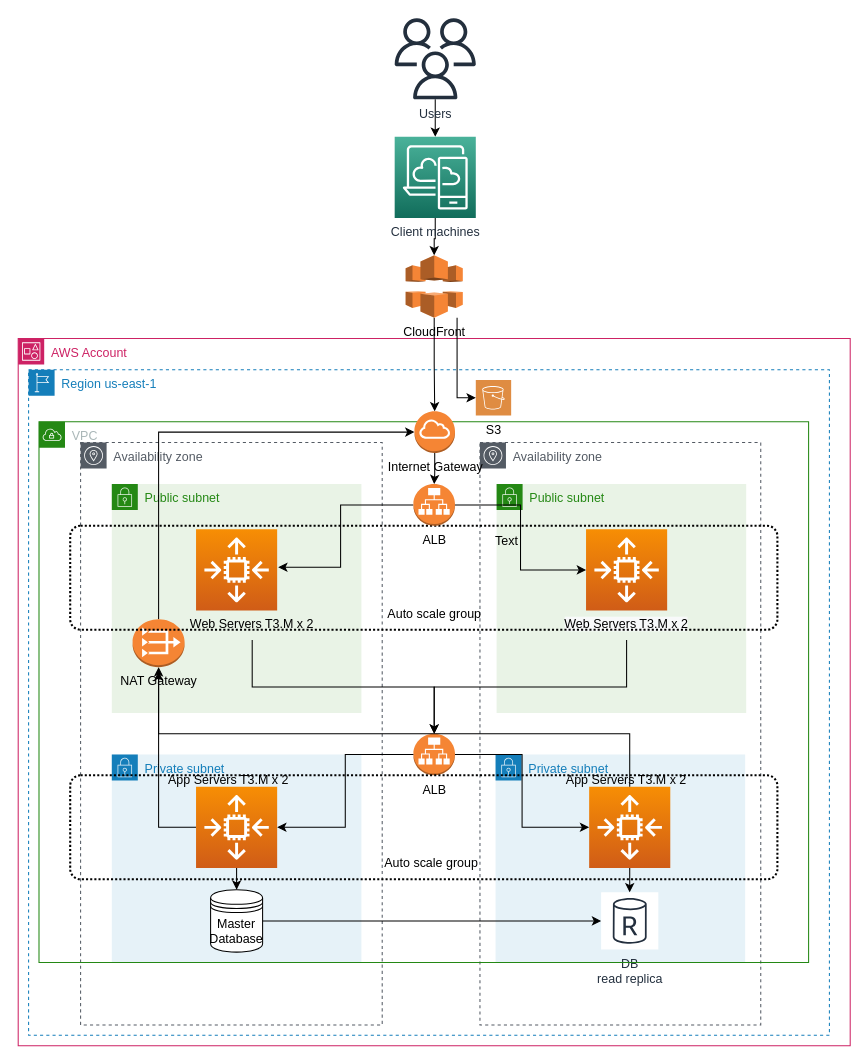
This is page "Page-1" (1 of 2) of UdacityPart1.drawio from rahoolp/ipstatic, a draw.io file, before an edit. Source tidied: cells renumbered, new cells numbered last; positions are measured from the earlier drawing's top-left corner, leaving out a move shared by most shapes. Both pictures are drawn from the tidied source at 104%, with x=0, y=0 at pixel (18, 18).
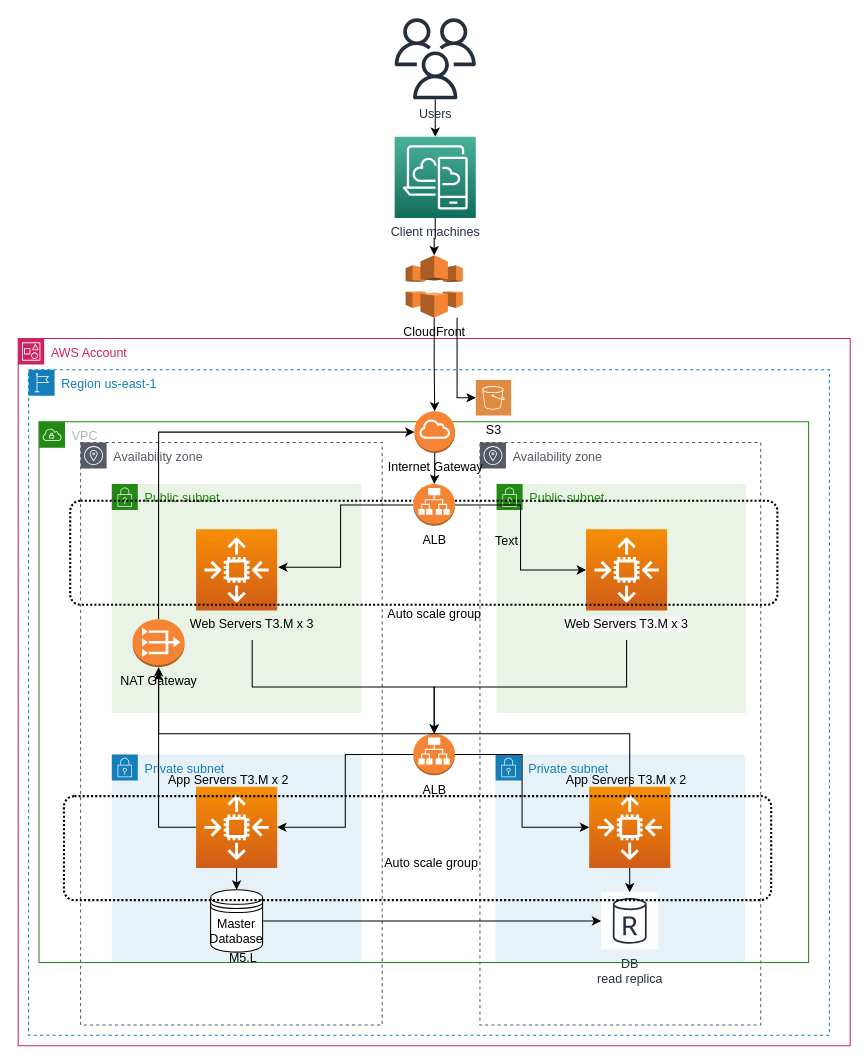
The same diagram, later.

Unchanged cells that the change refers to:
```xml
<mxCell id="5" value="AWS Account" style="gradientColor=none;html=1;whiteSpace=wrap;fontSize=12;fontStyle=0;shape=mxgraph.aws4.group;grIcon=mxgraph.aws4.group_account;strokeColor=#CD2264;fillColor=none;verticalAlign=top;align=left;spacingLeft=30;fontColor=#CD2264;dashed=0;" parent="2" vertex="1">
  <mxGeometry x="-10" y="-30" width="800" height="680" as="geometry" />
</mxCell>
<mxCell id="22" value="VPC" style="gradientColor=none;html=1;whiteSpace=wrap;fontSize=12;fontStyle=0;shape=mxgraph.aws4.group;grIcon=mxgraph.aws4.group_vpc;strokeColor=#248814;fillColor=none;verticalAlign=top;align=left;spacingLeft=30;fontColor=#AAB7B8;dashed=0;" parent="5" vertex="1">
  <mxGeometry x="20" y="80" width="740" height="520" as="geometry" />
</mxCell>
```

Diff of the diagram source:
```diff
@@
-    <mxCell id="26" value="&lt;span style=&quot;color: rgb(0, 0, 0); font-family: Helvetica; font-size: 12px; font-style: normal; font-variant-ligatures: normal; font-variant-caps: normal; font-weight: 400; letter-spacing: normal; orphans: 2; text-align: center; text-indent: 0px; text-transform: none; widows: 2; word-spacing: 0px; -webkit-text-stroke-width: 0px; background-color: rgb(248, 249, 250); text-decoration-thickness: initial; text-decoration-style: initial; text-decoration-color: initial; float: none; display: inline !important;&quot;&gt;Web Servers T3.M x 2&lt;/span&gt;" style="text;html=1;strokeColor=none;fillColor=none;align=center;verticalAlign=middle;whiteSpace=wrap;rounded=0;" parent="22" vertex="1">
+    <mxCell id="26" value="&lt;span style=&quot;color: rgb(0, 0, 0); font-family: Helvetica; font-size: 12px; font-style: normal; font-variant-ligatures: normal; font-variant-caps: normal; font-weight: 400; letter-spacing: normal; orphans: 2; text-align: center; text-indent: 0px; text-transform: none; widows: 2; word-spacing: 0px; -webkit-text-stroke-width: 0px; background-color: rgb(248, 249, 250); text-decoration-thickness: initial; text-decoration-style: initial; text-decoration-color: initial; float: none; display: inline !important;&quot;&gt;Web Servers T3.M x 3&lt;/span&gt;" style="text;html=1;strokeColor=none;fillColor=none;align=center;verticalAlign=middle;whiteSpace=wrap;rounded=0;" parent="22" vertex="1">
       <mxGeometry x="495" y="180" width="140" height="30" as="geometry" />
     </mxCell>
@@
     <mxCell id="29" value="  " style="rounded=1;arcSize=10;dashed=1;fillColor=none;gradientColor=none;dashPattern=1 1;strokeWidth=2;" parent="22" vertex="1">
-      <mxGeometry x="30" y="100" width="680" height="100" as="geometry" />
+      <mxGeometry x="30" y="76" width="680" height="100" as="geometry" />
     </mxCell>
@@
+    <mxCell id="40" value="  " style="rounded=1;arcSize=10;dashed=1;fillColor=none;gradientColor=none;dashPattern=1 1;strokeWidth=2;" parent="22" vertex="1">
+      <mxGeometry x="24" y="360" width="680" height="100" as="geometry" />
+    </mxCell>
@@
-    <mxCell id="36" value="Web Servers T3.M x 2" style="text;html=1;strokeColor=none;fillColor=none;align=center;verticalAlign=middle;whiteSpace=wrap;rounded=0;" parent="5" vertex="1">
+    <mxCell id="36" value="Web Servers T3.M x 3" style="text;html=1;strokeColor=none;fillColor=none;align=center;verticalAlign=middle;whiteSpace=wrap;rounded=0;" parent="5" vertex="1">
       <mxGeometry x="160" y="260" width="130" height="30" as="geometry" />
     </mxCell>
@@
-    <mxCell id="40" value="  " style="rounded=1;arcSize=10;dashed=1;fillColor=none;gradientColor=none;dashPattern=1 1;strokeWidth=2;" parent="5" vertex="1">
-      <mxGeometry x="50" y="420" width="680" height="100" as="geometry" />
-    </mxCell>
@@
+    <mxCell id="51" value="M5.L" style="text;html=1;strokeColor=none;fillColor=none;align=center;verticalAlign=middle;whiteSpace=wrap;rounded=0;" parent="5" vertex="1">
+      <mxGeometry x="154" y="581" width="125" height="30" as="geometry" />
+    </mxCell>
```
